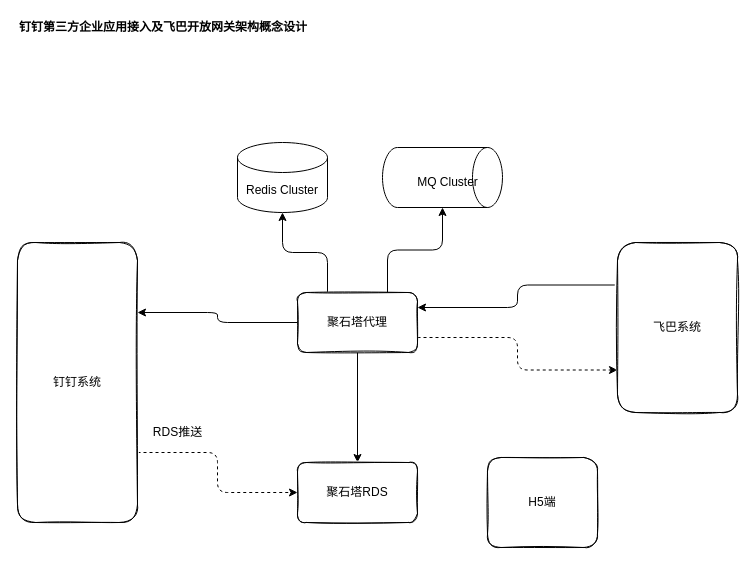
The draw.io diagram page "architecture_first" (1 of 3) of src/work/flyby/present/dingtalk-proxy-architecture.drawio in ab-doc/draw.io, before the edit. Source tidied: cells renumbered, new cells numbered last; positions are measured from the earlier drawing's top-left corner, leaving out a move shared by most shapes. Both pictures are drawn from the tidied source at 100%, with x=0, y=0 at pixel (17, 17).
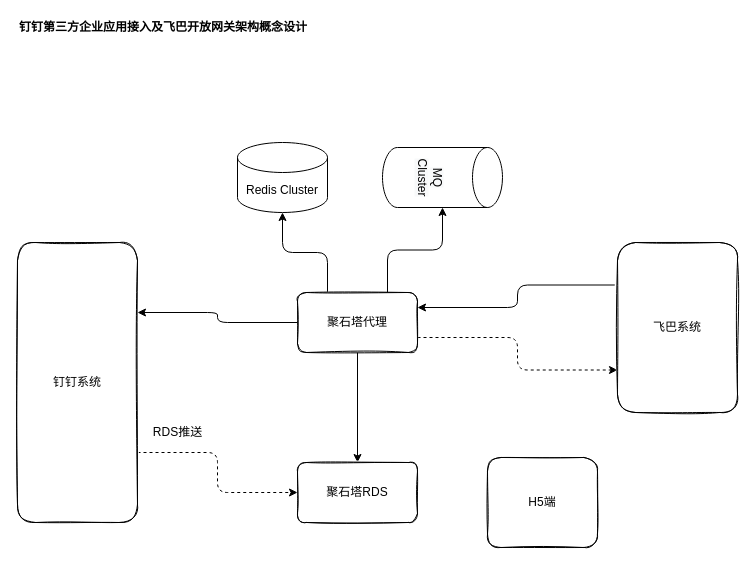
After the change.

Diff of the diagram source:
```diff
@@
 <mxGraphModel>
   <root>
     <mxCell id="0" />
     <mxCell id="1" parent="0" />
     <mxCell id="2" style="edgeStyle=orthogonalEdgeStyle;curved=0;rounded=1;sketch=0;jettySize=auto;html=1;dashed=1;entryX=0;entryY=0.5;entryDx=0;entryDy=0;exitX=1;exitY=0.75;exitDx=0;exitDy=0;" parent="1" edge="1" source="3" target="5">
       <mxGeometry relative="1" as="geometry" />
     </mxCell>
     <mxCell id="3" value="钉钉系统" style="whiteSpace=wrap;html=1;sketch=1;rounded=1;" parent="1" vertex="1">
       <mxGeometry y="225" width="120" height="280" as="geometry" />
     </mxCell>
     <mxCell id="4" style="edgeStyle=orthogonalEdgeStyle;curved=0;rounded=1;sketch=0;jettySize=auto;html=1;endArrow=none;endFill=0;startArrow=classic;startFill=1;entryX=0.5;entryY=1;entryDx=0;entryDy=0;" parent="1" edge="1" source="5" target="10">
       <mxGeometry relative="1" as="geometry" />
     </mxCell>
     <mxCell id="5" value="聚石塔RDS" style="whiteSpace=wrap;html=1;sketch=1;rounded=1;" parent="1" vertex="1">
       <mxGeometry x="280" y="445" width="120" height="60" as="geometry" />
     </mxCell>
     <mxCell id="6" style="edgeStyle=orthogonalEdgeStyle;curved=0;rounded=1;sketch=0;jettySize=auto;html=1;entryX=0;entryY=0.75;entryDx=0;entryDy=0;exitX=1;exitY=0.75;exitDx=0;exitDy=0;dashed=1;" parent="1" edge="1" source="10" target="12">
       <mxGeometry relative="1" as="geometry" />
     </mxCell>
     <mxCell id="7" style="edgeStyle=orthogonalEdgeStyle;curved=0;rounded=1;sketch=0;jettySize=auto;html=1;startArrow=none;startFill=0;endArrow=classic;endFill=1;entryX=1;entryY=0.25;entryDx=0;entryDy=0;" parent="1" edge="1" source="10" target="3">
       <mxGeometry relative="1" as="geometry" />
     </mxCell>
     <mxCell id="8" style="edgeStyle=orthogonalEdgeStyle;curved=0;rounded=1;sketch=0;jettySize=auto;html=1;startArrow=none;startFill=0;endArrow=classic;endFill=1;exitX=0.25;exitY=0;exitDx=0;exitDy=0;" parent="1" edge="1" source="10" target="14">
       <mxGeometry relative="1" as="geometry" />
     </mxCell>
     <mxCell id="9" style="edgeStyle=orthogonalEdgeStyle;curved=0;rounded=1;sketch=0;jettySize=auto;html=1;startArrow=none;startFill=0;endArrow=classic;endFill=1;exitX=0.75;exitY=0;exitDx=0;exitDy=0;" parent="1" edge="1" source="10" target="15">
       <mxGeometry relative="1" as="geometry" />
     </mxCell>
     <mxCell id="10" value="聚石塔代理" style="whiteSpace=wrap;html=1;sketch=1;rounded=1;" parent="1" vertex="1">
       <mxGeometry x="280" y="275" width="120" height="60" as="geometry" />
     </mxCell>
     <mxCell id="11" style="edgeStyle=orthogonalEdgeStyle;curved=0;rounded=1;sketch=0;jettySize=auto;html=1;startArrow=none;startFill=0;endArrow=classic;endFill=1;entryX=1;entryY=0.25;entryDx=0;entryDy=0;exitX=0;exitY=0.25;exitDx=0;exitDy=0;" parent="1" edge="1" source="12" target="10">
       <mxGeometry relative="1" as="geometry" />
     </mxCell>
     <mxCell id="12" value="飞巴系统" style="whiteSpace=wrap;html=1;sketch=1;rounded=1;" parent="1" vertex="1">
       <mxGeometry x="600" y="225" width="120" height="170" as="geometry" />
     </mxCell>
     <mxCell id="13" value="RDS推送" style="text;html=1;align=center;verticalAlign=middle;" parent="1" vertex="1">
       <mxGeometry x="130" y="405" width="60" height="20" as="geometry" />
     </mxCell>
     <mxCell id="14" value="Redis Cluster" style="shape=cylinder3;whiteSpace=wrap;html=1;boundedLbl=1;backgroundOutline=1;size=15;rounded=0;sketch=0;" parent="1" vertex="1">
       <mxGeometry x="220" y="125" width="90" height="70" as="geometry" />
     </mxCell>
-    <mxCell id="15" style="shape=cylinder3;whiteSpace=wrap;html=1;boundedLbl=1;backgroundOutline=1;size=15;rounded=0;sketch=0;rotation=90;" parent="1" vertex="1">
+    <mxCell id="15" value="&lt;span style=&quot;background-color: rgb(248 , 249 , 250)&quot;&gt;MQ Cluster&lt;/span&gt;" style="shape=cylinder3;whiteSpace=wrap;html=1;boundedLbl=1;backgroundOutline=1;size=15;rounded=0;sketch=0;rotation=90;" parent="1" vertex="1">
       <mxGeometry x="395" y="100" width="60" height="120" as="geometry" />
     </mxCell>
-    <mxCell id="16" value="MQ Cluster" style="text;html=1;align=center;verticalAlign=middle;" parent="1" vertex="1">
-      <mxGeometry x="390" y="155" width="80" height="20" as="geometry" />
-    </mxCell>
     <mxCell id="17" value="H5端" style="whiteSpace=wrap;html=1;sketch=1;rounded=1;" parent="1" vertex="1">
       <mxGeometry x="470" y="440" width="110" height="90" as="geometry" />
     </mxCell>
     <mxCell id="18" value="&lt;b&gt;钉钉第三方企业应用接入及飞巴开放网关架构概念设计&lt;/b&gt;" style="text;html=1;align=left;verticalAlign=middle;" parent="1" vertex="1">
       <mxGeometry width="300" height="20" as="geometry" />
     </mxCell>
   </root>
 </mxGraphModel>
```
